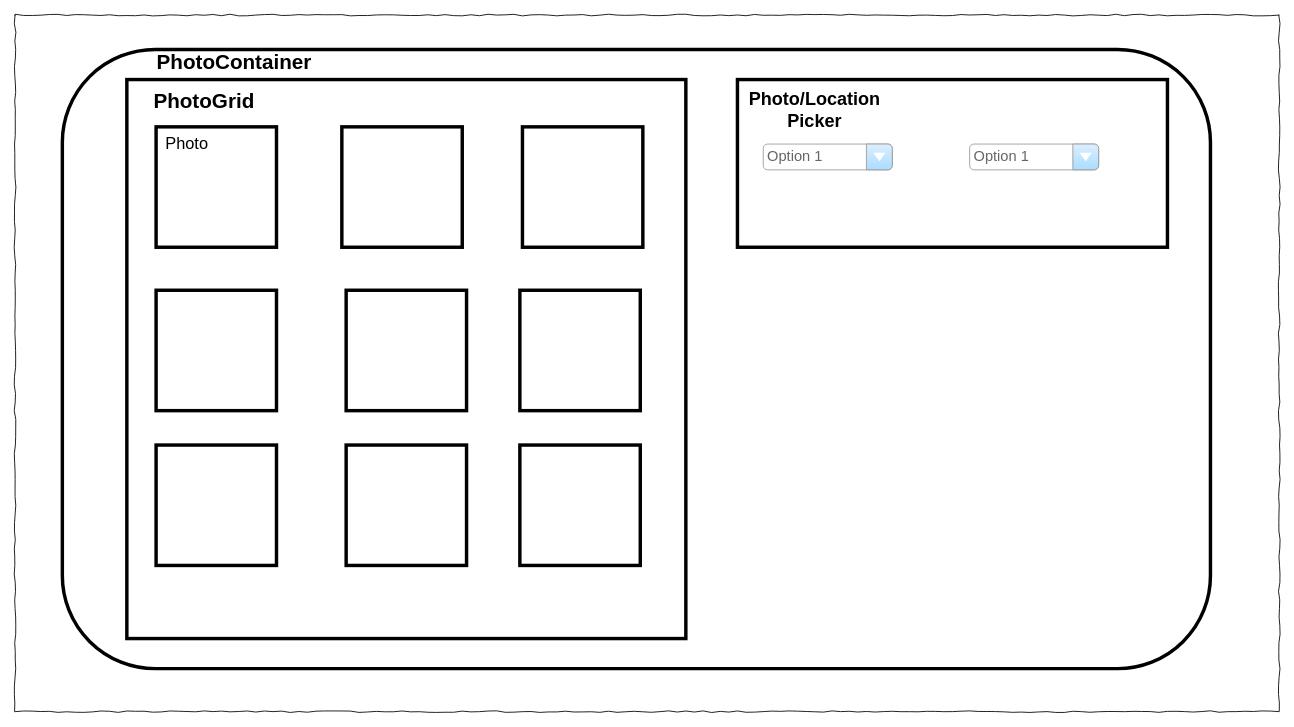
This is page "Page-2" (2 of 4) of src/Untitled Diagram.drawio from saerx/duchas_photographic_archive_viewer, a draw.io file, before an edit. Source tidied: cells renumbered, new cells numbered last; positions are measured from the earlier drawing's top-left corner, leaving out a move shared by most shapes. Both pictures are drawn from the tidied source at 86%, with x=0, y=0 at pixel (15, 15).
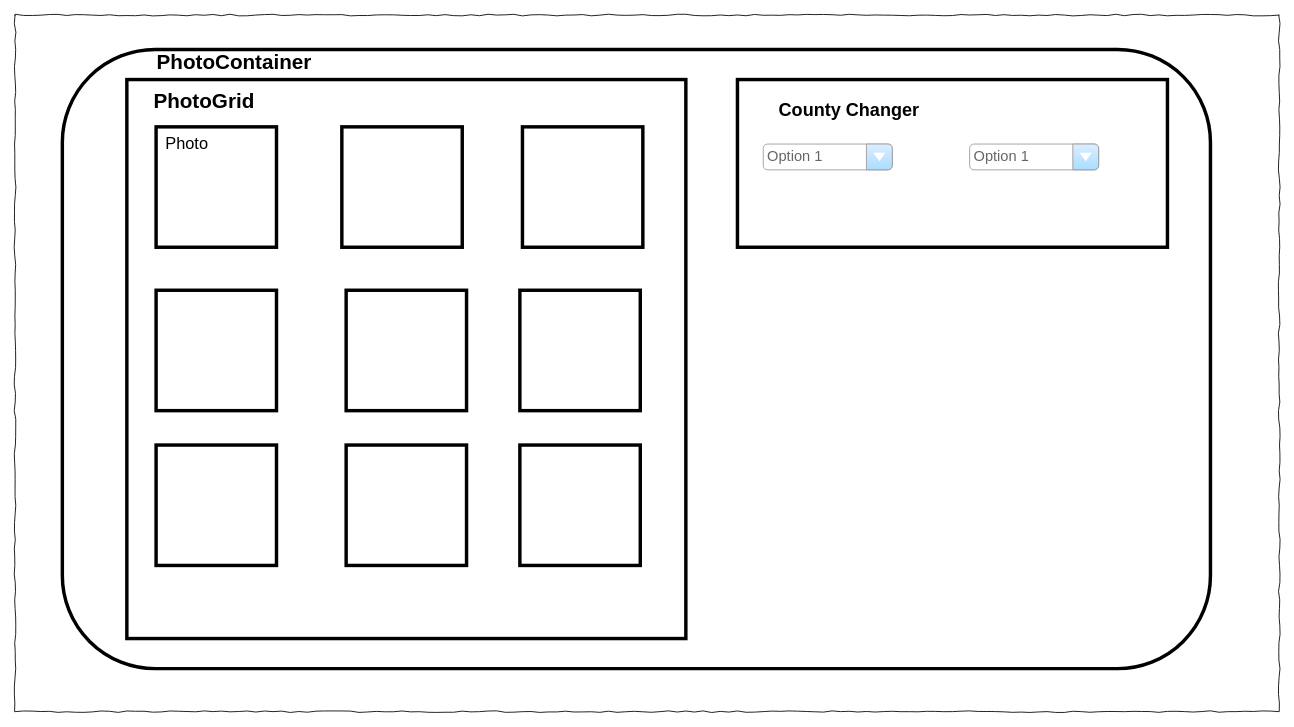
The same diagram, later.

Change to the diagram source:
```diff
@@
-    <mxCell id="19" value="Photo/Location Picker" style="text;html=1;strokeColor=none;fillColor=none;align=center;verticalAlign=middle;whiteSpace=wrap;rounded=0;fontSize=21;fontStyle=1;" parent="1" vertex="1">
-      <mxGeometry x="910" y="100" width="40" height="20" as="geometry" />
+    <mxCell id="19" value="County Changer" style="text;html=1;strokeColor=none;fillColor=none;align=center;verticalAlign=middle;whiteSpace=wrap;rounded=0;fontSize=21;fontStyle=1;" parent="1" vertex="1">
+      <mxGeometry x="860" y="90" width="220" height="40" as="geometry" />
     </mxCell>
```
